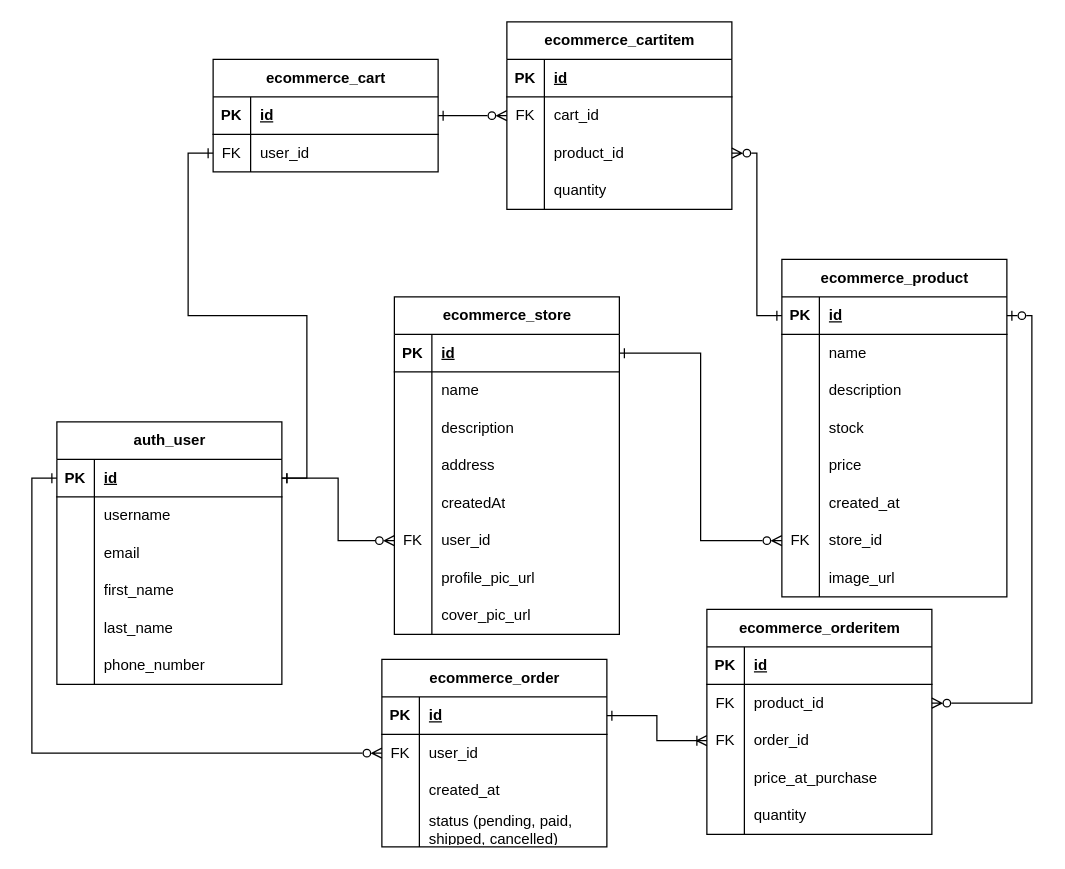
Above: page "All" (1 of 3) of E-Commerce API ERD.drawio in RHILIUS/drawio (draw.io), before the change. Source tidied: cells renumbered, new cells numbered last; positions are measured from the earlier drawing's top-left corner, leaving out a move shared by most shapes. Both pictures are drawn from the tidied source at 125%, with x=0, y=0 at pixel (56, 21).
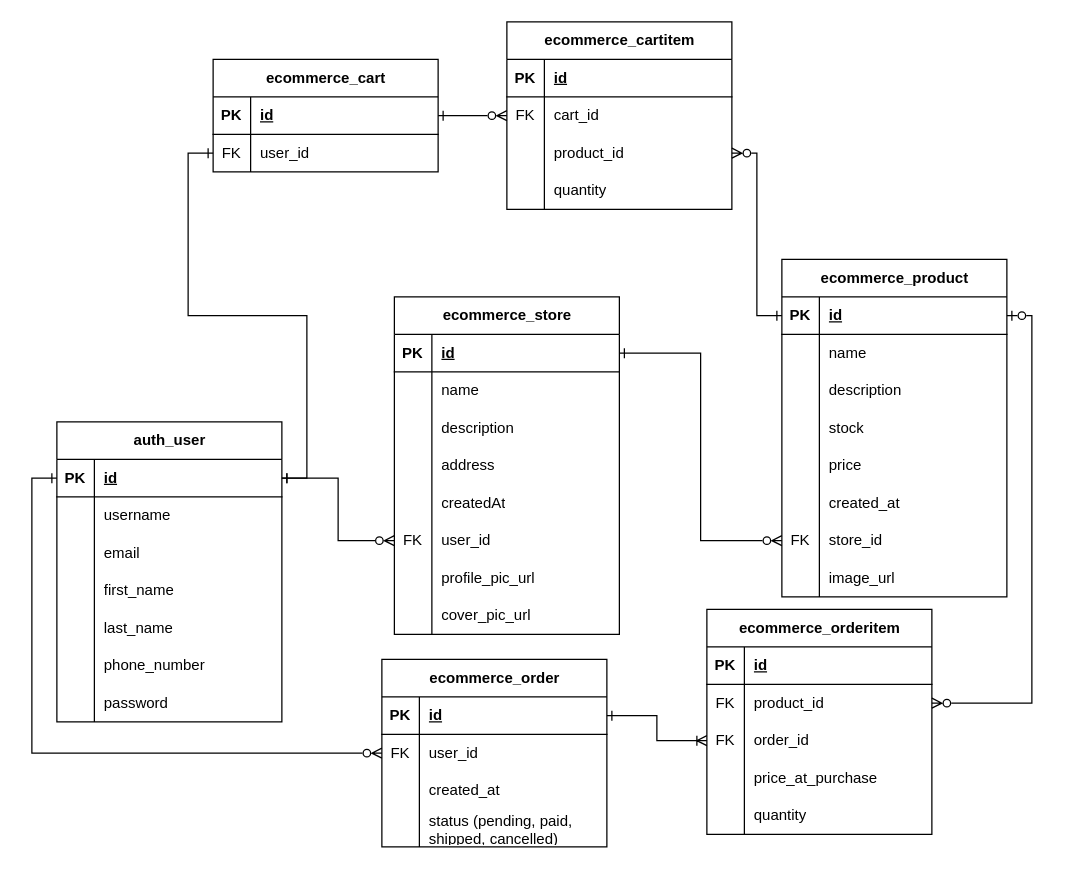
Above is the later version.

Diff of the diagram source:
```diff
@@
     <mxCell id="34" value="auth_user" style="shape=table;startSize=30;childLayout=tableLayout;rowLines=0;fontStyle=1;align=center;html=1;" parent="1" vertex="1">
-      <mxGeometry y="320" width="180" height="210" as="geometry" />
+      <mxGeometry y="320" width="180" height="240" as="geometry" />
     </mxCell>
@@
+    <mxCell id="128" style="shape=tableRow;horizontal=0;startSize=0;swimlaneHead=0;swimlaneBody=0;fillColor=none;top=0;left=0;right=0;bottom=0;" parent="34" vertex="1">
+      <mxGeometry y="210" width="180" height="30" as="geometry" />
+    </mxCell>
+    <mxCell id="129" style="shape=partialRectangle;fillColor=none;top=0;left=0;bottom=0;right=0;overflow=hidden;whiteSpace=wrap;html=1;" parent="128" vertex="1">
+      <mxGeometry width="30" height="30" as="geometry" />
+    </mxCell>
+    <mxCell id="130" value="password" style="shape=partialRectangle;fillColor=none;top=0;left=0;bottom=0;right=0;align=left;spacingLeft=6;overflow=hidden;whiteSpace=wrap;html=1;" parent="128" vertex="1">
+      <mxGeometry x="30" width="150" height="30" as="geometry" />
+    </mxCell>
```
